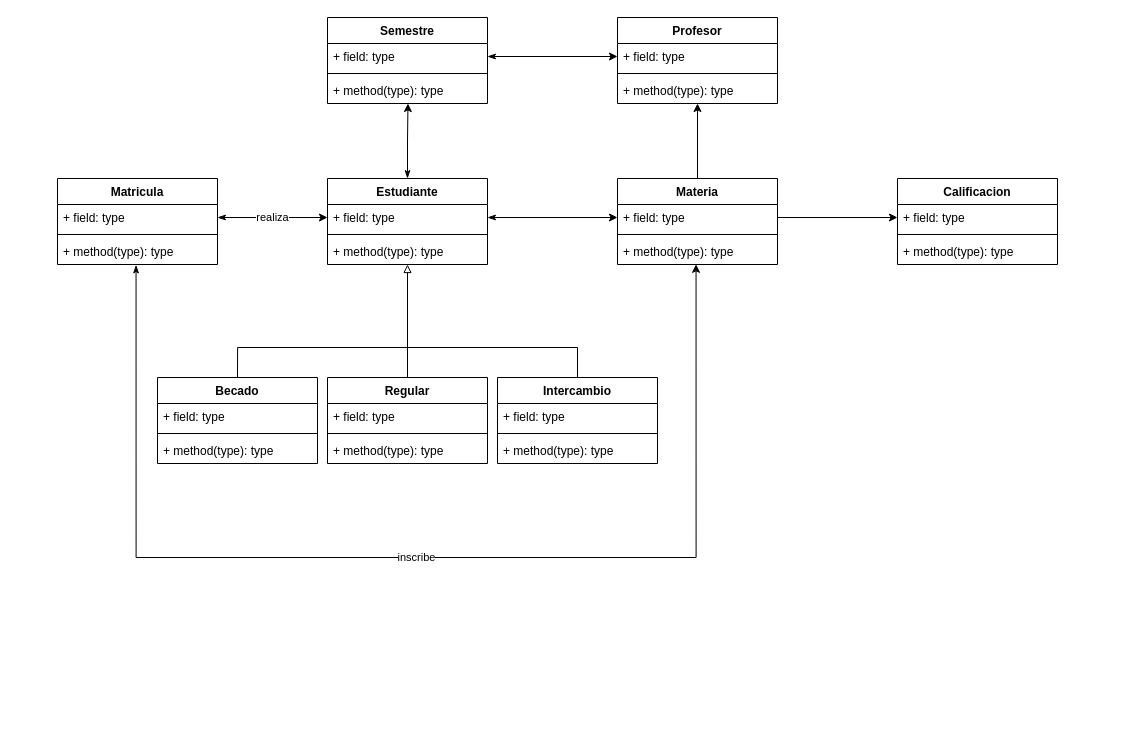
samuelperezh/sistema-universitario-poo keeps this draw.io diagram as Diagrama UML.drawio. Above is the earlier version. Source tidied: cells renumbered, new cells numbered last; positions are measured from the earlier drawing's top-left corner, leaving out a move shared by most shapes. Both pictures are drawn from the tidied source at 100%, with x=0, y=0 at pixel (57, 17).
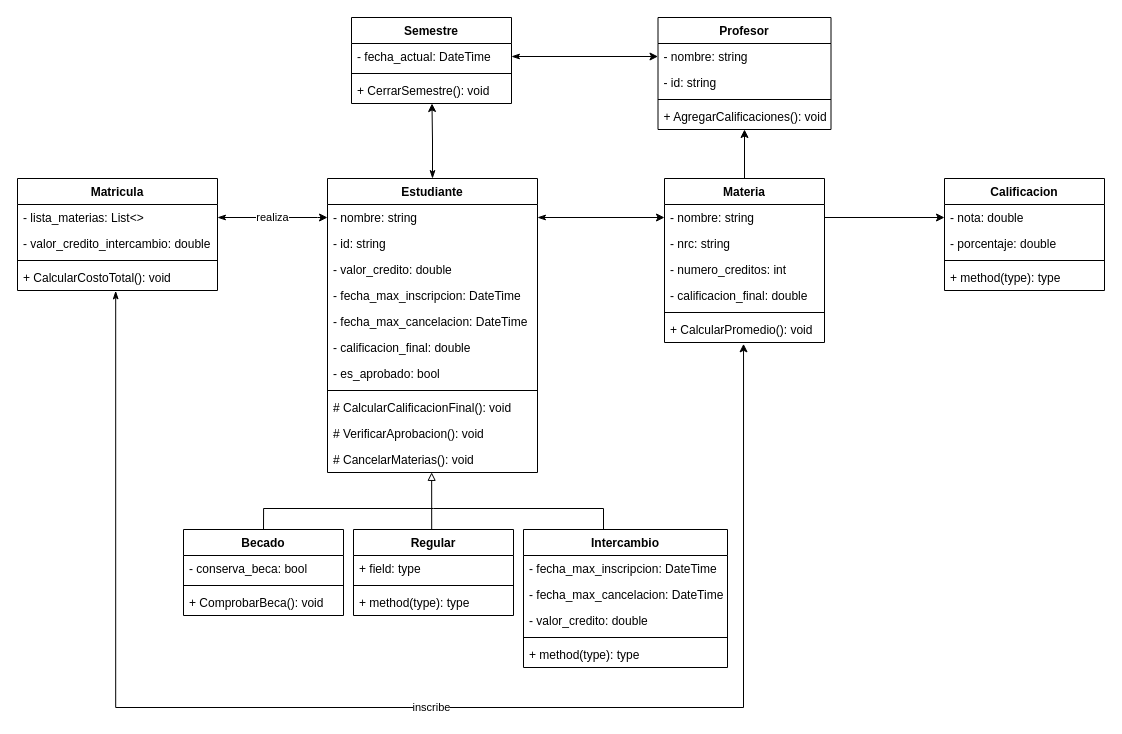
The same diagram, later.

Commit message:
Actualización Diagrama UML

The edit, as a diff of the source:
```diff
@@
     <mxCell id="3" value="Estudiante" style="swimlane;fontStyle=1;align=center;verticalAlign=top;horizontal=1;startSize=26;fillColor=none;" parent="1" vertex="1">
-      <mxGeometry x="270" y="161" width="160" height="86" as="geometry" />
+      <mxGeometry x="270" y="161" width="210" height="294" as="geometry" />
     </mxCell>
-    <mxCell id="4" value="+ field: type" style="text;strokeColor=none;fillColor=none;align=left;verticalAlign=top;spacingLeft=4;spacingRight=4;overflow=hidden;points=[[0,0.5],[1,0.5]];portConstraint=eastwest;" parent="3" vertex="1">
-      <mxGeometry y="26" width="160" height="26" as="geometry" />
+    <mxCell id="4" value="- nombre: string" style="text;strokeColor=none;fillColor=none;align=left;verticalAlign=top;spacingLeft=4;spacingRight=4;overflow=hidden;points=[[0,0.5],[1,0.5]];portConstraint=eastwest;" parent="3" vertex="1">
+      <mxGeometry y="26" width="210" height="26" as="geometry" />
     </mxCell>
+    <mxCell id="54" value="- id: string" style="text;strokeColor=none;fillColor=none;align=left;verticalAlign=top;spacingLeft=4;spacingRight=4;overflow=hidden;" parent="3" vertex="1">
+      <mxGeometry y="52" width="210" height="26" as="geometry" />
+    </mxCell>
+    <mxCell id="55" value="- valor_credito: double" style="text;strokeColor=none;fillColor=none;align=left;verticalAlign=top;spacingLeft=4;spacingRight=4;overflow=hidden;" parent="3" vertex="1">
+      <mxGeometry y="78" width="210" height="26" as="geometry" />
+    </mxCell>
+    <mxCell id="56" value="- fecha_max_inscripcion: DateTime" style="text;strokeColor=none;fillColor=none;align=left;verticalAlign=top;spacingLeft=4;spacingRight=4;overflow=hidden;" parent="3" vertex="1">
+      <mxGeometry y="104" width="210" height="26" as="geometry" />
+    </mxCell>
+    <mxCell id="57" value="- fecha_max_cancelacion: DateTime" style="text;strokeColor=none;fillColor=none;align=left;verticalAlign=top;spacingLeft=4;spacingRight=4;overflow=hidden;" parent="3" vertex="1">
+      <mxGeometry y="130" width="210" height="26" as="geometry" />
+    </mxCell>
+    <mxCell id="58" value="- calificacion_final: double" style="text;strokeColor=none;fillColor=none;align=left;verticalAlign=top;spacingLeft=4;spacingRight=4;overflow=hidden;" parent="3" vertex="1">
+      <mxGeometry y="156" width="210" height="26" as="geometry" />
+    </mxCell>
+    <mxCell id="59" value="- es_aprobado: bool" style="text;strokeColor=none;fillColor=none;align=left;verticalAlign=top;spacingLeft=4;spacingRight=4;overflow=hidden;" parent="3" vertex="1">
+      <mxGeometry y="182" width="210" height="26" as="geometry" />
+    </mxCell>
     <mxCell id="5" style="line;strokeWidth=1;fillColor=none;align=left;verticalAlign=middle;spacingTop=-1;spacingLeft=3;spacingRight=3;labelPosition=right;" parent="3" vertex="1">
-      <mxGeometry y="52" width="160" height="8" as="geometry" />
+      <mxGeometry y="208" width="210" height="8" as="geometry" />
     </mxCell>
-    <mxCell id="6" value="+ method(type): type" style="text;strokeColor=none;fillColor=none;align=left;verticalAlign=top;spacingLeft=4;spacingRight=4;overflow=hidden;points=[[0,0.5],[1,0.5]];portConstraint=eastwest;" parent="3" vertex="1">
-      <mxGeometry y="60" width="160" height="26" as="geometry" />
+    <mxCell id="6" value="# CalcularCalificacionFinal(): void" style="text;strokeColor=none;fillColor=none;align=left;verticalAlign=top;spacingLeft=4;spacingRight=4;overflow=hidden;points=[[0,0.5],[1,0.5]];portConstraint=eastwest;" parent="3" vertex="1">
+      <mxGeometry y="216" width="210" height="26" as="geometry" />
     </mxCell>
+    <mxCell id="60" value="# VerificarAprobacion(): void" style="text;strokeColor=none;fillColor=none;align=left;verticalAlign=top;spacingLeft=4;spacingRight=4;overflow=hidden;" parent="3" vertex="1">
+      <mxGeometry y="242" width="210" height="26" as="geometry" />
+    </mxCell>
+    <mxCell id="61" value="# CancelarMaterias(): void" style="text;strokeColor=none;fillColor=none;align=left;verticalAlign=top;spacingLeft=4;spacingRight=4;overflow=hidden;points=[[0,0.5],[1,0.5]];portConstraint=eastwest;" parent="3" vertex="1">
+      <mxGeometry y="268" width="210" height="26" as="geometry" />
+    </mxCell>
     <mxCell id="7" value="Calificacion" style="swimlane;fontStyle=1;align=center;verticalAlign=top;horizontal=1;startSize=26;fillColor=none;" parent="1" vertex="1">
-      <mxGeometry x="840" y="161" width="160" height="86" as="geometry" />
+      <mxGeometry x="887" y="161" width="160" height="112" as="geometry" />
     </mxCell>
-    <mxCell id="8" value="+ field: type" style="text;strokeColor=none;fillColor=none;align=left;verticalAlign=top;spacingLeft=4;spacingRight=4;overflow=hidden;points=[[0,0.5],[1,0.5]];portConstraint=eastwest;" parent="7" vertex="1">
+    <mxCell id="8" value="- nota: double" style="text;strokeColor=none;fillColor=none;align=left;verticalAlign=top;spacingLeft=4;spacingRight=4;overflow=hidden;points=[[0,0.5],[1,0.5]];portConstraint=eastwest;" parent="7" vertex="1">
       <mxGeometry y="26" width="160" height="26" as="geometry" />
     </mxCell>
+    <mxCell id="62" value="- porcentaje: double" style="text;strokeColor=none;fillColor=none;align=left;verticalAlign=top;spacingLeft=4;spacingRight=4;overflow=hidden;" parent="7" vertex="1">
+      <mxGeometry y="52" width="160" height="26" as="geometry" />
+    </mxCell>
     <mxCell id="9" style="line;strokeWidth=1;fillColor=none;align=left;verticalAlign=middle;spacingTop=-1;spacingLeft=3;spacingRight=3;labelPosition=right;" parent="7" vertex="1">
-      <mxGeometry y="52" width="160" height="8" as="geometry" />
+      <mxGeometry y="78" width="160" height="8" as="geometry" />
     </mxCell>
     <mxCell id="10" value="+ method(type): type" style="text;strokeColor=none;fillColor=none;align=left;verticalAlign=top;spacingLeft=4;spacingRight=4;overflow=hidden;" parent="7" vertex="1">
-      <mxGeometry y="60" width="160" height="26" as="geometry" />
+      <mxGeometry y="86" width="160" height="26" as="geometry" />
     </mxCell>
-    <mxCell id="11" value="inscribe" style="edgeStyle=orthogonalEdgeStyle;rounded=0;jettySize=auto;html=1;startArrow=classicThin;startFill=1;endArrow=classic;endFill=1;entryX=0.491;entryY=0.992;entryDx=0;entryDy=0;entryPerimeter=0;exitX=0.491;exitY=1.016;exitDx=0;exitDy=0;exitPerimeter=0;" parent="1" edge="1" source="15" target="20">
-      <mxGeometry relative="1" as="geometry">
+    <mxCell id="11" value="inscribe" style="edgeStyle=orthogonalEdgeStyle;rounded=0;jettySize=auto;html=1;startArrow=classicThin;startFill=1;endArrow=classic;endFill=1;exitX=0.491;exitY=1.016;exitDx=0;exitDy=0;exitPerimeter=0;entryX=0.494;entryY=1.051;entryDx=0;entryDy=0;entryPerimeter=0;" parent="1" edge="1" source="15" target="20">
+      <mxGeometry x="0.04" relative="1" as="geometry">
         <Array as="points">
-          <mxPoint x="79" y="540" />
-          <mxPoint x="639" y="540" />
+          <mxPoint x="58" y="690" />
+          <mxPoint x="686" y="690" />
         </Array>
       </mxGeometry>
     </mxCell>
     <mxCell id="12" value="Matricula" style="swimlane;fontStyle=1;align=center;verticalAlign=top;horizontal=1;startSize=26;fillColor=none;" parent="1" vertex="1">
-      <mxGeometry y="161" width="160" height="86" as="geometry" />
+      <mxGeometry x="-40" y="161" width="200" height="112" as="geometry" />
     </mxCell>
-    <mxCell id="13" value="+ field: type" style="text;strokeColor=none;fillColor=none;align=left;verticalAlign=top;spacingLeft=4;spacingRight=4;overflow=hidden;points=[[0,0.5],[1,0.5]];portConstraint=eastwest;" parent="12" vertex="1">
-      <mxGeometry y="26" width="160" height="26" as="geometry" />
+    <mxCell id="13" value="- lista_materias: List&lt;&gt;" style="text;strokeColor=none;fillColor=none;align=left;verticalAlign=top;spacingLeft=4;spacingRight=4;overflow=hidden;points=[[0,0.5],[1,0.5]];portConstraint=eastwest;" parent="12" vertex="1">
+      <mxGeometry y="26" width="200" height="26" as="geometry" />
     </mxCell>
+    <mxCell id="63" value="- valor_credito_intercambio: double" style="text;strokeColor=none;fillColor=none;align=left;verticalAlign=top;spacingLeft=4;spacingRight=4;overflow=hidden;" parent="12" vertex="1">
+      <mxGeometry y="52" width="200" height="26" as="geometry" />
+    </mxCell>
     <mxCell id="14" style="line;strokeWidth=1;fillColor=none;align=left;verticalAlign=middle;spacingTop=-1;spacingLeft=3;spacingRight=3;labelPosition=right;" parent="12" vertex="1">
-      <mxGeometry y="52" width="160" height="8" as="geometry" />
+      <mxGeometry y="78" width="200" height="8" as="geometry" />
     </mxCell>
-    <mxCell id="15" value="+ method(type): type" style="text;strokeColor=none;fillColor=none;align=left;verticalAlign=top;spacingLeft=4;spacingRight=4;overflow=hidden;points=[[0,0.5],[1,0.5]];portConstraint=eastwest;" parent="12" vertex="1">
-      <mxGeometry y="60" width="160" height="26" as="geometry" />
+    <mxCell id="15" value="+ CalcularCostoTotal(): void" style="text;strokeColor=none;fillColor=none;align=left;verticalAlign=top;spacingLeft=4;spacingRight=4;overflow=hidden;points=[[0,0.5],[1,0.5]];portConstraint=eastwest;" parent="12" vertex="1">
+      <mxGeometry y="86" width="200" height="26" as="geometry" />
     </mxCell>
@@
     <mxCell id="17" value="Materia" style="swimlane;fontStyle=1;align=center;verticalAlign=top;horizontal=1;startSize=26;fillColor=none;" parent="1" vertex="1">
-      <mxGeometry x="560" y="161" width="160" height="86" as="geometry" />
+      <mxGeometry x="607" y="161" width="160" height="164" as="geometry" />
     </mxCell>
-    <mxCell id="18" value="+ field: type" style="text;strokeColor=none;fillColor=none;align=left;verticalAlign=top;spacingLeft=4;spacingRight=4;overflow=hidden;points=[[0,0.5],[1,0.5]];portConstraint=eastwest;" parent="17" vertex="1">
+    <mxCell id="18" value="- nombre: string" style="text;strokeColor=none;fillColor=none;align=left;verticalAlign=top;spacingLeft=4;spacingRight=4;overflow=hidden;points=[[0,0.5],[1,0.5]];portConstraint=eastwest;" parent="17" vertex="1">
       <mxGeometry y="26" width="160" height="26" as="geometry" />
     </mxCell>
+    <mxCell id="64" value="- nrc: string" style="text;strokeColor=none;fillColor=none;align=left;verticalAlign=top;spacingLeft=4;spacingRight=4;overflow=hidden;" parent="17" vertex="1">
+      <mxGeometry y="52" width="160" height="26" as="geometry" />
+    </mxCell>
+    <mxCell id="65" value="- numero_creditos: int" style="text;strokeColor=none;fillColor=none;align=left;verticalAlign=top;spacingLeft=4;spacingRight=4;overflow=hidden;" parent="17" vertex="1">
+      <mxGeometry y="78" width="160" height="26" as="geometry" />
+    </mxCell>
+    <mxCell id="66" value="- calificacion_final: double" style="text;strokeColor=none;fillColor=none;align=left;verticalAlign=top;spacingLeft=4;spacingRight=4;overflow=hidden;" parent="17" vertex="1">
+      <mxGeometry y="104" width="160" height="26" as="geometry" />
+    </mxCell>
     <mxCell id="19" style="line;strokeWidth=1;fillColor=none;align=left;verticalAlign=middle;spacingTop=-1;spacingLeft=3;spacingRight=3;labelPosition=right;" parent="17" vertex="1">
-      <mxGeometry y="52" width="160" height="8" as="geometry" />
+      <mxGeometry y="130" width="160" height="8" as="geometry" />
     </mxCell>
-    <mxCell id="20" value="+ method(type): type" style="text;strokeColor=none;fillColor=none;align=left;verticalAlign=top;spacingLeft=4;spacingRight=4;overflow=hidden;points=[[0,0.5],[1,0.5]];portConstraint=eastwest;" parent="17" vertex="1">
-      <mxGeometry y="60" width="160" height="26" as="geometry" />
+    <mxCell id="20" value="+ CalcularPromedio(): void" style="text;strokeColor=none;fillColor=none;align=left;verticalAlign=top;spacingLeft=4;spacingRight=4;overflow=hidden;points=[[0,0.5],[1,0.5]];portConstraint=eastwest;" parent="17" vertex="1">
+      <mxGeometry y="138" width="160" height="26" as="geometry" />
     </mxCell>
     <mxCell id="21" value="Semestre" style="swimlane;fontStyle=1;align=center;verticalAlign=top;horizontal=1;startSize=26;fillColor=none;" parent="1" vertex="1">
-      <mxGeometry x="270" width="160" height="86" as="geometry" />
+      <mxGeometry x="294" width="160" height="86" as="geometry" />
     </mxCell>
-    <mxCell id="22" value="+ field: type" style="text;strokeColor=none;fillColor=none;align=left;verticalAlign=top;spacingLeft=4;spacingRight=4;overflow=hidden;points=[[0,0.5],[1,0.5]];portConstraint=eastwest;" parent="21" vertex="1">
+    <mxCell id="22" value="- fecha_actual: DateTime" style="text;strokeColor=none;fillColor=none;align=left;verticalAlign=top;spacingLeft=4;spacingRight=4;overflow=hidden;points=[[0,0.5],[1,0.5]];portConstraint=eastwest;" parent="21" vertex="1">
       <mxGeometry y="26" width="160" height="26" as="geometry" />
     </mxCell>
@@
-    <mxCell id="24" value="+ method(type): type" style="text;strokeColor=none;fillColor=none;align=left;verticalAlign=top;spacingLeft=4;spacingRight=4;overflow=hidden;points=[[0,0.5],[1,0.5]];portConstraint=eastwest;" parent="21" vertex="1">
+    <mxCell id="24" value="+ CerrarSemestre(): void" style="text;strokeColor=none;fillColor=none;align=left;verticalAlign=top;spacingLeft=4;spacingRight=4;overflow=hidden;points=[[0,0.5],[1,0.5]];portConstraint=eastwest;" parent="21" vertex="1">
       <mxGeometry y="60" width="160" height="26" as="geometry" />
     </mxCell>
     <mxCell id="25" value="Profesor" style="swimlane;fontStyle=1;align=center;verticalAlign=top;horizontal=1;startSize=26;fillColor=none;" parent="1" vertex="1">
-      <mxGeometry x="560" width="160" height="86" as="geometry" />
+      <mxGeometry x="600.5" width="173" height="112" as="geometry" />
     </mxCell>
-    <mxCell id="26" value="+ field: type" style="text;strokeColor=none;fillColor=none;align=left;verticalAlign=top;spacingLeft=4;spacingRight=4;overflow=hidden;points=[[0,0.5],[1,0.5]];portConstraint=eastwest;" parent="25" vertex="1">
-      <mxGeometry y="26" width="160" height="26" as="geometry" />
+    <mxCell id="26" value="- nombre: string" style="text;strokeColor=none;fillColor=none;align=left;verticalAlign=top;spacingLeft=4;spacingRight=4;overflow=hidden;points=[[0,0.5],[1,0.5]];portConstraint=eastwest;" parent="25" vertex="1">
+      <mxGeometry y="26" width="173" height="26" as="geometry" />
     </mxCell>
+    <mxCell id="67" value="- id: string" style="text;strokeColor=none;fillColor=none;align=left;verticalAlign=top;spacingLeft=4;spacingRight=4;overflow=hidden;" parent="25" vertex="1">
+      <mxGeometry y="52" width="173" height="26" as="geometry" />
+    </mxCell>
     <mxCell id="27" style="line;strokeWidth=1;fillColor=none;align=left;verticalAlign=middle;spacingTop=-1;spacingLeft=3;spacingRight=3;labelPosition=right;" parent="25" vertex="1">
-      <mxGeometry y="52" width="160" height="8" as="geometry" />
+      <mxGeometry y="78" width="173" height="8" as="geometry" />
     </mxCell>
-    <mxCell id="28" value="+ method(type): type" style="text;strokeColor=none;fillColor=none;align=left;verticalAlign=top;spacingLeft=4;spacingRight=4;overflow=hidden;" parent="25" vertex="1">
-      <mxGeometry y="60" width="160" height="26" as="geometry" />
+    <mxCell id="28" value="+ AgregarCalificaciones(): void" style="text;strokeColor=none;fillColor=none;align=left;verticalAlign=top;spacingLeft=4;spacingRight=4;overflow=hidden;" parent="25" vertex="1">
+      <mxGeometry y="86" width="173" height="26" as="geometry" />
     </mxCell>
     <mxCell id="29" value="Becado" style="swimlane;fontStyle=1;align=center;verticalAlign=top;horizontal=1;startSize=26;fillColor=none;" parent="1" vertex="1">
-      <mxGeometry x="100" y="360" width="160" height="86" as="geometry" />
+      <mxGeometry x="126" y="512" width="160" height="86" as="geometry" />
     </mxCell>
-    <mxCell id="30" value="+ field: type" style="text;strokeColor=none;fillColor=none;align=left;verticalAlign=top;spacingLeft=4;spacingRight=4;overflow=hidden;" parent="29" vertex="1">
+    <mxCell id="30" value="- conserva_beca: bool" style="text;strokeColor=none;fillColor=none;align=left;verticalAlign=top;spacingLeft=4;spacingRight=4;overflow=hidden;" parent="29" vertex="1">
       <mxGeometry y="26" width="160" height="26" as="geometry" />
     </mxCell>
@@
-    <mxCell id="32" value="+ method(type): type" style="text;strokeColor=none;fillColor=none;align=left;verticalAlign=top;spacingLeft=4;spacingRight=4;overflow=hidden;" parent="29" vertex="1">
+    <mxCell id="32" value="+ ComprobarBeca(): void" style="text;strokeColor=none;fillColor=none;align=left;verticalAlign=top;spacingLeft=4;spacingRight=4;overflow=hidden;" parent="29" vertex="1">
       <mxGeometry y="60" width="160" height="26" as="geometry" />
     </mxCell>
-    <mxCell id="33" style="edgeStyle=orthogonalEdgeStyle;rounded=0;jettySize=auto;html=1;exitX=0.5;exitY=0;exitDx=0;exitDy=0;entryX=0.5;entryY=1;entryDx=0;entryDy=0;entryPerimeter=0;endArrow=block;endFill=0;strokeWidth=1;" parent="1" edge="1" source="34" target="6">
-      <mxGeometry relative="1" as="geometry" />
+    <mxCell id="33" style="edgeStyle=orthogonalEdgeStyle;rounded=0;jettySize=auto;html=1;exitX=0.5;exitY=0;exitDx=0;exitDy=0;entryX=0.496;entryY=0.994;entryDx=0;entryDy=0;endArrow=block;endFill=0;strokeWidth=1;entryPerimeter=0;" parent="1" edge="1" target="61">
+      <mxGeometry relative="1" as="geometry">
+        <mxPoint x="376" y="512" as="sourcePoint" />
+        <Array as="points">
+          <mxPoint x="374" y="512" />
+        </Array>
+      </mxGeometry>
     </mxCell>
     <mxCell id="34" value="Regular" style="swimlane;fontStyle=1;align=center;verticalAlign=top;horizontal=1;startSize=26;fillColor=none;" parent="1" vertex="1">
-      <mxGeometry x="270" y="360" width="160" height="86" as="geometry" />
+      <mxGeometry x="296" y="512" width="160" height="86" as="geometry" />
     </mxCell>
@@
     <mxCell id="38" value="Intercambio" style="swimlane;fontStyle=1;align=center;verticalAlign=top;horizontal=1;startSize=26;fillColor=none;" parent="1" vertex="1">
-      <mxGeometry x="440" y="360" width="160" height="86" as="geometry" />
+      <mxGeometry x="466" y="512" width="204" height="138" as="geometry" />
     </mxCell>
-    <mxCell id="39" value="+ field: type" style="text;strokeColor=none;fillColor=none;align=left;verticalAlign=top;spacingLeft=4;spacingRight=4;overflow=hidden;" parent="38" vertex="1">
-      <mxGeometry y="26" width="160" height="26" as="geometry" />
-    </mxCell>
+    <mxCell id="68" value="- fecha_max_inscripcion: DateTime" style="text;strokeColor=none;fillColor=none;align=left;verticalAlign=top;spacingLeft=4;spacingRight=4;overflow=hidden;" parent="38" vertex="1">
+      <mxGeometry y="26" width="204" height="26" as="geometry" />
+    </mxCell>
+    <mxCell id="69" value="- fecha_max_cancelacion: DateTime" style="text;strokeColor=none;fillColor=none;align=left;verticalAlign=top;spacingLeft=4;spacingRight=4;overflow=hidden;" parent="38" vertex="1">
+      <mxGeometry y="52" width="204" height="26" as="geometry" />
+    </mxCell>
+    <mxCell id="70" value="- valor_credito: double" style="text;strokeColor=none;fillColor=none;align=left;verticalAlign=top;spacingLeft=4;spacingRight=4;overflow=hidden;" parent="38" vertex="1">
+      <mxGeometry y="78" width="204" height="26" as="geometry" />
+    </mxCell>
     <mxCell id="40" style="line;strokeWidth=1;fillColor=none;align=left;verticalAlign=middle;spacingTop=-1;spacingLeft=3;spacingRight=3;labelPosition=right;" parent="38" vertex="1">
-      <mxGeometry y="52" width="160" height="8" as="geometry" />
+      <mxGeometry y="104" width="204" height="8" as="geometry" />
     </mxCell>
     <mxCell id="41" value="+ method(type): type" style="text;strokeColor=none;fillColor=none;align=left;verticalAlign=top;spacingLeft=4;spacingRight=4;overflow=hidden;" parent="38" vertex="1">
-      <mxGeometry y="60" width="160" height="26" as="geometry" />
+      <mxGeometry y="112" width="204" height="26" as="geometry" />
     </mxCell>
     <mxCell id="42" style="group;" parent="1" vertex="1">
-      <mxGeometry x="350" y="330" width="170" as="geometry" />
+      <mxGeometry x="376" y="491" width="170" as="geometry" />
     </mxCell>
@@
     <mxCell id="45" style="group;" parent="1" vertex="1">
-      <mxGeometry x="180" y="330" width="170" as="geometry" />
+      <mxGeometry x="206" y="491" width="170" as="geometry" />
     </mxCell>
@@
     <mxCell id="51" value="realiza" style="edgeStyle=orthogonalEdgeStyle;rounded=0;jettySize=auto;html=1;exitX=1;exitY=0.5;exitDx=0;exitDy=0;entryX=0;entryY=0.5;entryDx=0;entryDy=0;startArrow=classicThin;startFill=1;endArrow=classic;endFill=1;" parent="1" edge="1" source="13" target="4">
-      <mxGeometry relative="1" as="geometry" />
+      <mxGeometry relative="1" as="geometry">
+        <Array as="points">
+          <mxPoint x="260" y="200" />
+          <mxPoint x="260" y="200" />
+        </Array>
+      </mxGeometry>
     </mxCell>
```
